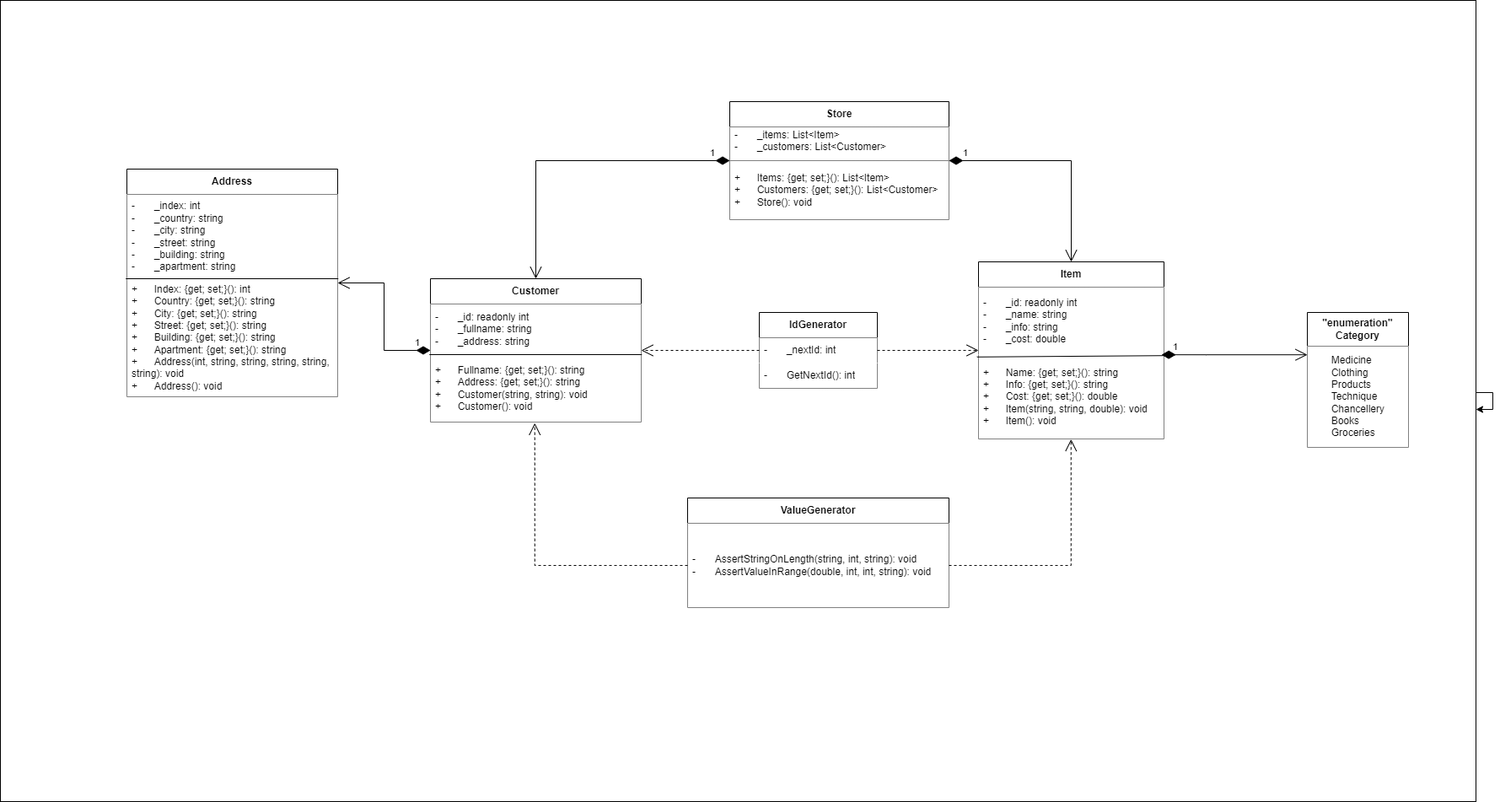
Winights/Programming keeps this draw.io diagram as doc/ObjectOrientedPractics/Practics2.png. Above is the earlier version. Source tidied: cells renumbered, new cells last; positions are measured from the earlier drawing's top-left corner, leaving out a move shared by most shapes.
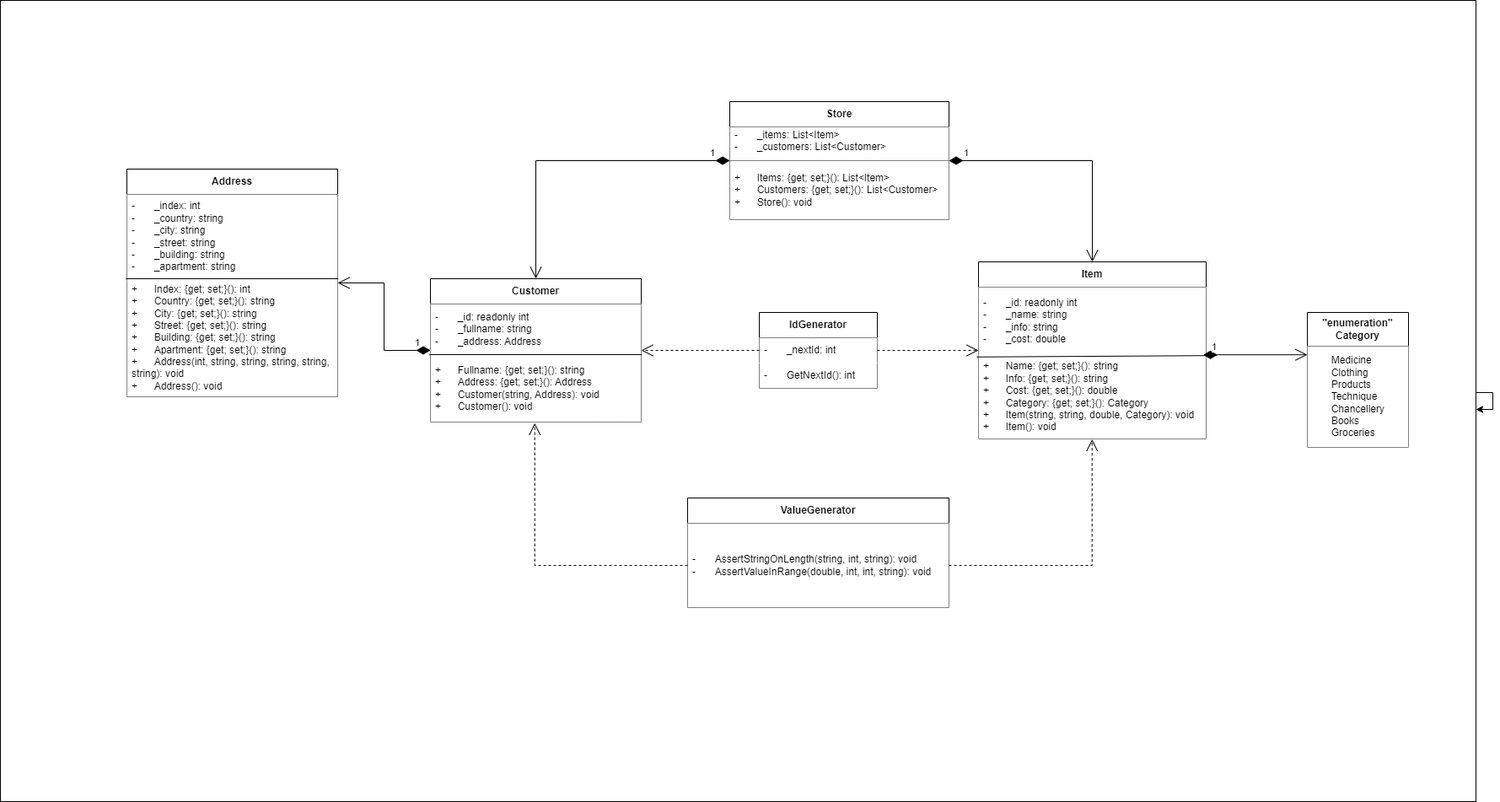
The same diagram one commit later.

Change to the diagram source:
```diff
@@ -6,13 +6,13 @@
       <mxGeometry width="1750" height="950" as="geometry" />
     </mxCell>
     <mxCell id="3" value="&lt;span style=&quot;font-weight: 700;&quot;&gt;Item&lt;/span&gt;" style="swimlane;fontStyle=0;horizontal=1;startSize=30;whiteSpace=wrap;html=1;" parent="1" vertex="1">
-      <mxGeometry x="1160" y="310" width="220" height="210" as="geometry" />
+      <mxGeometry x="1160" y="310" width="270" height="210" as="geometry" />
     </mxCell>
     <mxCell id="4" value="-&lt;span style=&quot;white-space: pre;&quot;&gt;&#9;&lt;/span&gt;_id: readonly int&lt;div&gt;-&lt;span style=&quot;white-space: pre;&quot;&gt;&#9;&lt;/span&gt;_name: string&lt;/div&gt;&lt;div&gt;-&lt;span style=&quot;white-space: pre;&quot;&gt;&#9;&lt;/span&gt;_info: string&lt;/div&gt;&lt;div&gt;-&lt;span style=&quot;white-space: pre;&quot;&gt;&#9;&lt;/span&gt;_cost: double&lt;/div&gt;" style="text;strokeColor=none;fillColor=#FFFFFF;align=left;verticalAlign=middle;spacingLeft=4;spacingRight=4;overflow=hidden;points=[[0,0.5],[1,0.5]];portConstraint=eastwest;whiteSpace=wrap;html=1;" parent="3" vertex="1">
-      <mxGeometry y="30" width="220" height="80" as="geometry" />
+      <mxGeometry y="30" width="270" height="80" as="geometry" />
     </mxCell>
-    <mxCell id="5" value="+&lt;span style=&quot;white-space: pre;&quot;&gt;&#9;&lt;/span&gt;Name: {get; set;}(): string&lt;div&gt;+&lt;span style=&quot;white-space: pre;&quot;&gt;&#9;&lt;/span&gt;Info: {get; set;}(): string&lt;br&gt;&lt;/div&gt;&lt;div&gt;+&lt;span style=&quot;white-space: pre;&quot;&gt;&#9;&lt;/span&gt;Cost: {get; set;}(): double&lt;br&gt;&lt;/div&gt;&lt;div&gt;+&lt;span style=&quot;white-space: pre;&quot;&gt;&#9;&lt;/span&gt;Item(string&lt;span style=&quot;background-color: initial;&quot;&gt;, string, double): void&lt;/span&gt;&lt;/div&gt;&lt;div&gt;&lt;span style=&quot;background-color: initial;&quot;&gt;+&lt;span style=&quot;white-space: pre;&quot;&gt;&#9;&lt;/span&gt;Item(): void&lt;/span&gt;&lt;/div&gt;" style="text;strokeColor=none;fillColor=#FFFFFF;align=left;verticalAlign=middle;spacingLeft=4;spacingRight=4;overflow=hidden;points=[[0,0.5],[1,0.5]];portConstraint=eastwest;whiteSpace=wrap;html=1;" parent="3" vertex="1">
-      <mxGeometry y="110" width="220" height="100" as="geometry" />
+    <mxCell id="5" value="+&lt;span style=&quot;white-space: pre;&quot;&gt;&#9;&lt;/span&gt;Name: {get; set;}(): string&lt;div&gt;+&lt;span style=&quot;white-space: pre;&quot;&gt;&#9;&lt;/span&gt;Info: {get; set;}(): string&lt;br&gt;&lt;/div&gt;&lt;div&gt;+&lt;span style=&quot;white-space: pre;&quot;&gt;&#9;&lt;/span&gt;Cost: {get; set;}(): double&lt;br&gt;&lt;/div&gt;&lt;div&gt;+&lt;span style=&quot;white-space: pre;&quot;&gt;&#9;&lt;/span&gt;Category: {get; set;}(): Category&lt;br&gt;&lt;/div&gt;&lt;div&gt;+&lt;span style=&quot;white-space: pre;&quot;&gt;&#9;&lt;/span&gt;Item(string&lt;span style=&quot;background-color: initial;&quot;&gt;, string, double, Category): void&lt;/span&gt;&lt;/div&gt;&lt;div&gt;&lt;span style=&quot;background-color: initial;&quot;&gt;+&lt;span style=&quot;white-space: pre;&quot;&gt;&#9;&lt;/span&gt;Item(): void&lt;/span&gt;&lt;/div&gt;" style="text;strokeColor=none;fillColor=#FFFFFF;align=left;verticalAlign=middle;spacingLeft=4;spacingRight=4;overflow=hidden;points=[[0,0.5],[1,0.5]];portConstraint=eastwest;whiteSpace=wrap;html=1;" parent="3" vertex="1">
+      <mxGeometry y="110" width="270" height="100" as="geometry" />
     </mxCell>
     <mxCell id="6" style="endArrow=none;html=1;rounded=0;entryX=-0.008;entryY=0.028;entryDx=0;entryDy=0;entryPerimeter=0;exitX=1.002;exitY=0.012;exitDx=0;exitDy=0;exitPerimeter=0;" parent="3" edge="1" source="5" target="5">
       <mxGeometry relative="1" as="geometry" />
@@ -20,10 +20,10 @@
     <mxCell id="7" value="&lt;span style=&quot;font-weight: 700;&quot;&gt;Customer&lt;/span&gt;" style="swimlane;fontStyle=0;horizontal=1;startSize=30;whiteSpace=wrap;html=1;" parent="1" vertex="1">
       <mxGeometry x="510" y="330" width="250" height="170" as="geometry" />
     </mxCell>
-    <mxCell id="8" value="-&lt;span style=&quot;white-space: pre;&quot;&gt;&#9;&lt;/span&gt;_id: readonly int&lt;div&gt;-&lt;span style=&quot;white-space: pre;&quot;&gt;&#9;&lt;/span&gt;_fullname: string&lt;/div&gt;&lt;div&gt;-&lt;span style=&quot;white-space: pre;&quot;&gt;&#9;&lt;/span&gt;_address: string&lt;/div&gt;" style="text;strokeColor=none;fillColor=#FFFFFF;align=left;verticalAlign=middle;spacingLeft=4;spacingRight=4;overflow=hidden;points=[[0,0.5],[1,0.5]];portConstraint=eastwest;whiteSpace=wrap;html=1;" parent="7" vertex="1">
+    <mxCell id="8" value="-&lt;span style=&quot;white-space: pre;&quot;&gt;&#9;&lt;/span&gt;_id: readonly int&lt;div&gt;-&lt;span style=&quot;white-space: pre;&quot;&gt;&#9;&lt;/span&gt;_fullname: string&lt;/div&gt;&lt;div&gt;-&lt;span style=&quot;white-space: pre;&quot;&gt;&#9;&lt;/span&gt;_address: Address&lt;/div&gt;" style="text;strokeColor=none;fillColor=#FFFFFF;align=left;verticalAlign=middle;spacingLeft=4;spacingRight=4;overflow=hidden;points=[[0,0.5],[1,0.5]];portConstraint=eastwest;whiteSpace=wrap;html=1;" parent="7" vertex="1">
       <mxGeometry y="30" width="250" height="60" as="geometry" />
     </mxCell>
-    <mxCell id="9" value="+&lt;span style=&quot;white-space: pre;&quot;&gt;&#9;&lt;/span&gt;Fullname: {get; set;}(): string&lt;br&gt;&lt;div&gt;+&lt;span style=&quot;white-space: pre;&quot;&gt;&#9;&lt;/span&gt;Address: {get; set;}(): string&lt;br&gt;&lt;/div&gt;&lt;div&gt;+&lt;span style=&quot;white-space: pre;&quot;&gt;&#9;&lt;/span&gt;&lt;span style=&quot;background-color: initial;&quot;&gt;Customer(string, string): void&lt;/span&gt;&lt;/div&gt;&lt;div&gt;&lt;span style=&quot;background-color: initial;&quot;&gt;+&lt;span style=&quot;white-space: pre;&quot;&gt;&#9;&lt;/span&gt;&lt;/span&gt;&lt;span style=&quot;background-color: initial;&quot;&gt;Customer(): void&lt;/span&gt;&lt;/div&gt;" style="text;strokeColor=none;fillColor=#FFFFFF;align=left;verticalAlign=middle;spacingLeft=4;spacingRight=4;overflow=hidden;points=[[0,0.5],[1,0.5]];portConstraint=eastwest;whiteSpace=wrap;html=1;" parent="7" vertex="1">
+    <mxCell id="9" value="+&lt;span style=&quot;white-space: pre;&quot;&gt;&#9;&lt;/span&gt;Fullname: {get; set;}(): string&lt;br&gt;&lt;div&gt;+&lt;span style=&quot;white-space: pre;&quot;&gt;&#9;&lt;/span&gt;Address: {get; set;}(): Address&lt;br&gt;&lt;/div&gt;&lt;div&gt;+&lt;span style=&quot;white-space: pre;&quot;&gt;&#9;&lt;/span&gt;&lt;span style=&quot;background-color: initial;&quot;&gt;Customer(string, Address): void&lt;/span&gt;&lt;/div&gt;&lt;div&gt;&lt;span style=&quot;background-color: initial;&quot;&gt;+&lt;span style=&quot;white-space: pre;&quot;&gt;&#9;&lt;/span&gt;&lt;/span&gt;&lt;span style=&quot;background-color: initial;&quot;&gt;Customer(): void&lt;/span&gt;&lt;/div&gt;" style="text;strokeColor=none;fillColor=#FFFFFF;align=left;verticalAlign=middle;spacingLeft=4;spacingRight=4;overflow=hidden;points=[[0,0.5],[1,0.5]];portConstraint=eastwest;whiteSpace=wrap;html=1;" parent="7" vertex="1">
       <mxGeometry y="90" width="250" height="80" as="geometry" />
     </mxCell>
     <mxCell id="10" style="endArrow=none;html=1;rounded=0;exitX=-0.005;exitY=1;exitDx=0;exitDy=0;exitPerimeter=0;entryX=1.003;entryY=1;entryDx=0;entryDy=0;entryPerimeter=0;" parent="7" edge="1" source="8" target="8">
```
